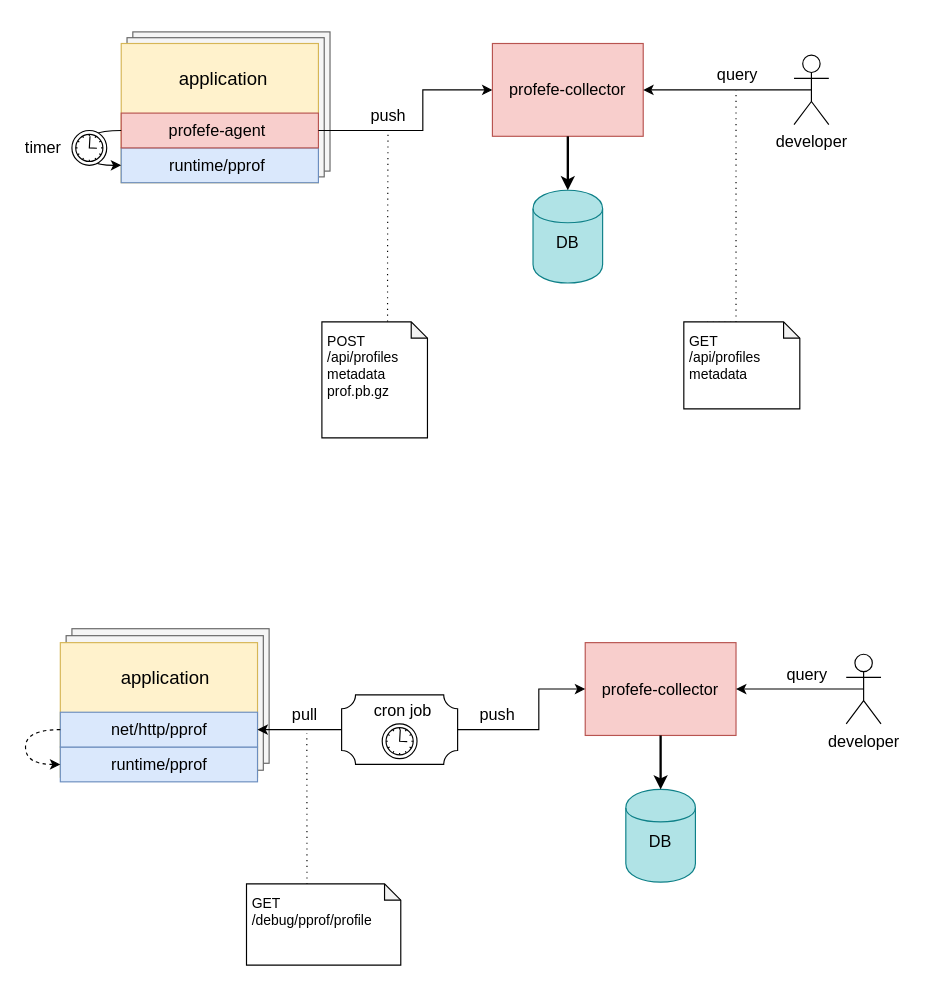
Before: docs/profefe1.drawio in profefe/profefe, a draw.io diagram. Source tidied: cells renumbered, new cells numbered last; positions are measured from the earlier drawing's top-left corner, leaving out a move shared by most shapes. Both pictures are drawn from the tidied source at 116%, with x=0, y=0 at pixel (19, 20).
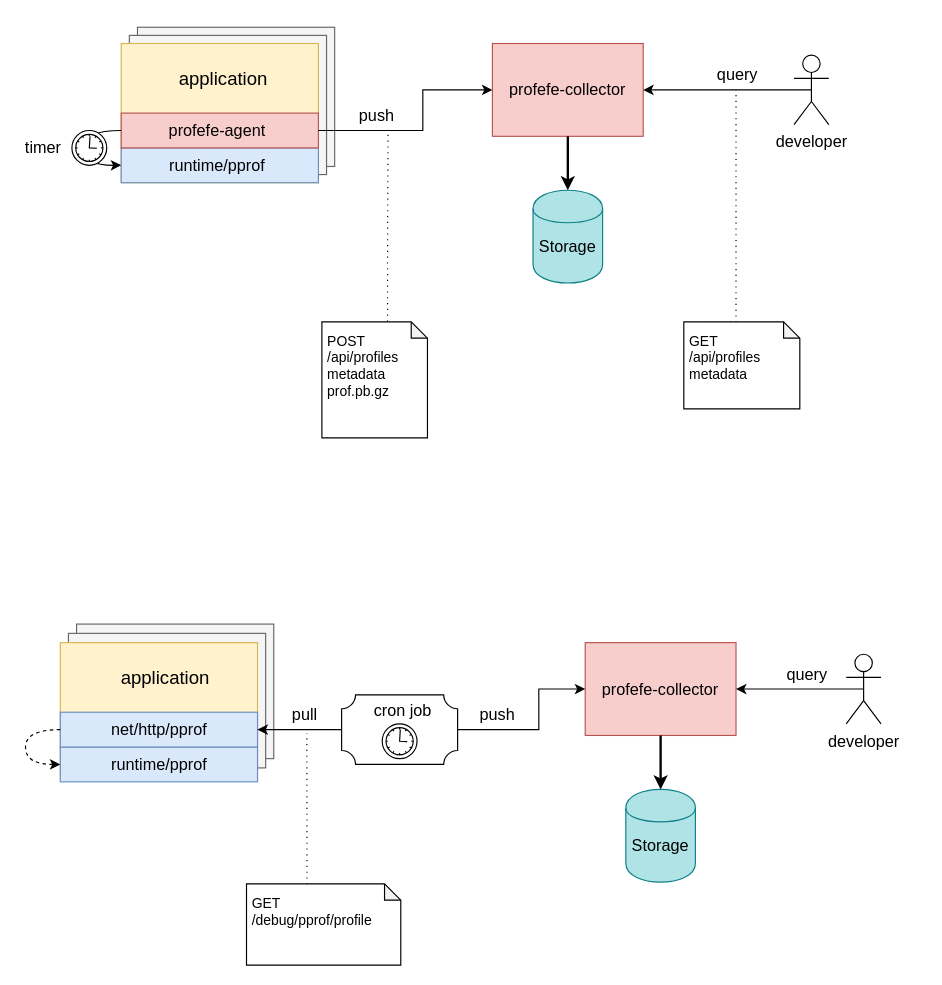
After the change.

Unchanged cells that the change refers to:
```xml
<mxCell id="6" style="group;" parent="1" vertex="1">
  <mxGeometry x="0.5" width="275" height="140" as="geometry" />
</mxCell>
<mxCell id="13" style="rounded=0;whiteSpace=wrap;html=1;fillColor=#f8cecc;strokeColor=#b85450;" parent="6" vertex="1">
  <mxGeometry x="87.5" y="80" width="170" height="30" as="geometry" />
</mxCell>
<mxCell id="18" style="group;" parent="1" vertex="1">
  <mxGeometry x="5.5" y="515.5" width="220" height="141" as="geometry" />
</mxCell>
<mxCell id="36" style="group;" parent="35" vertex="1">
  <mxGeometry x="35" y="126.5" width="60" height="80" as="geometry" />
</mxCell>
<mxCell id="42" style="rounded=0;whiteSpace=wrap;html=1;fillColor=#f8cecc;strokeColor=#b85450;" parent="41" vertex="1">
  <mxGeometry width="130" height="80" as="geometry" />
</mxCell>
<mxCell id="48" style="group;" parent="47" vertex="1">
  <mxGeometry x="35" y="126.5" width="60" height="80" as="geometry" />
</mxCell>
```

Diff of the diagram source:
```diff
@@
     <mxCell id="7" style="rounded=0;whiteSpace=wrap;html=1;fillColor=#f5f5f5;strokeColor=#666666;fontColor=#333333;" parent="6" vertex="1">
-      <mxGeometry x="97.5" y="10" width="170" height="120" as="geometry" />
+      <mxGeometry x="101.5" y="6" width="170" height="120" as="geometry" />
     </mxCell>
     <mxCell id="8" style="rounded=0;whiteSpace=wrap;html=1;fillColor=#f5f5f5;strokeColor=#666666;fontColor=#333333;" parent="6" vertex="1">
-      <mxGeometry x="92.5" y="15" width="170" height="120" as="geometry" />
+      <mxGeometry x="94.5" y="13" width="170" height="120" as="geometry" />
     </mxCell>
@@
     <mxCell id="19" style="rounded=0;whiteSpace=wrap;html=1;fillColor=#f5f5f5;strokeColor=#666666;fontColor=#333333;" parent="18" vertex="1">
-      <mxGeometry x="40" y="9" width="170" height="116" as="geometry" />
+      <mxGeometry x="44" y="5" width="170" height="116" as="geometry" />
     </mxCell>
     <mxCell id="20" style="rounded=0;whiteSpace=wrap;html=1;fillColor=#f5f5f5;strokeColor=#666666;fontColor=#333333;" parent="18" vertex="1">
-      <mxGeometry x="35" y="15" width="170" height="116" as="geometry" />
+      <mxGeometry x="37" y="13" width="170" height="116" as="geometry" />
     </mxCell>
@@
     <mxCell id="30" value="push" style="edgeStyle=orthogonalEdgeStyle;rounded=0;jettySize=auto;html=1;exitX=1;exitY=0.5;exitDx=0;exitDy=0;fontSize=14;strokeWidth=1;entryX=0;entryY=0.5;entryDx=0;entryDy=0;comic=0;horizontal=1;verticalAlign=middle;labelBackgroundColor=none;labelBorderColor=none;spacingTop=-6;" parent="1" edge="1" source="13" target="42">
-      <mxGeometry x="-0.35" y="10" relative="1" as="geometry">
+      <mxGeometry x="0.08" y="40" relative="1" as="geometry">
         <Array as="points">
           <mxPoint x="348" y="95" />
           <mxPoint x="348" y="60" />
         </Array>
       </mxGeometry>
     </mxCell>
@@
-    <mxCell id="38" value="DB" style="text;html=1;strokeColor=none;fillColor=none;align=center;verticalAlign=middle;whiteSpace=wrap;rounded=0;fontSize=14;" parent="36" vertex="1">
-      <mxGeometry x="10" y="35" width="40" height="20" as="geometry" />
+    <mxCell id="38" value="Storage" style="text;html=1;strokeColor=none;fillColor=none;align=center;verticalAlign=middle;whiteSpace=wrap;rounded=0;fontSize=14;" parent="36" vertex="1">
+      <mxGeometry x="10" y="38" width="40" height="20" as="geometry" />
     </mxCell>
@@
-    <mxCell id="50" value="DB" style="text;html=1;strokeColor=none;fillColor=none;align=center;verticalAlign=middle;whiteSpace=wrap;rounded=0;fontSize=14;" parent="48" vertex="1">
-      <mxGeometry x="10" y="35" width="40" height="20" as="geometry" />
+    <mxCell id="50" value="Storage" style="text;html=1;strokeColor=none;fillColor=none;align=center;verticalAlign=middle;whiteSpace=wrap;rounded=0;fontSize=14;" parent="48" vertex="1">
+      <mxGeometry x="10" y="39" width="40" height="20" as="geometry" />
     </mxCell>
```
